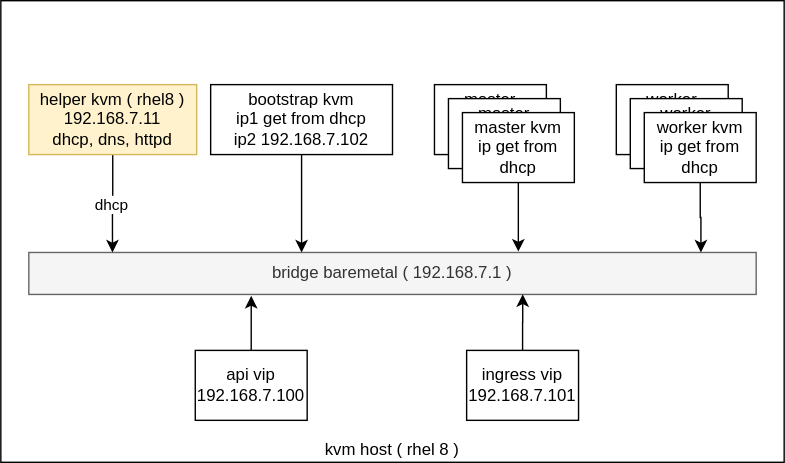
wangzheng422/docker_env keeps this draw.io diagram as redhat/ocp4/4.6/dia/4.6.bm.ipi.drawio.svg. Above is the earlier version. Source tidied: cells renumbered, new cells last; positions are measured from the earlier drawing's top-left corner, leaving out a move shared by most shapes.
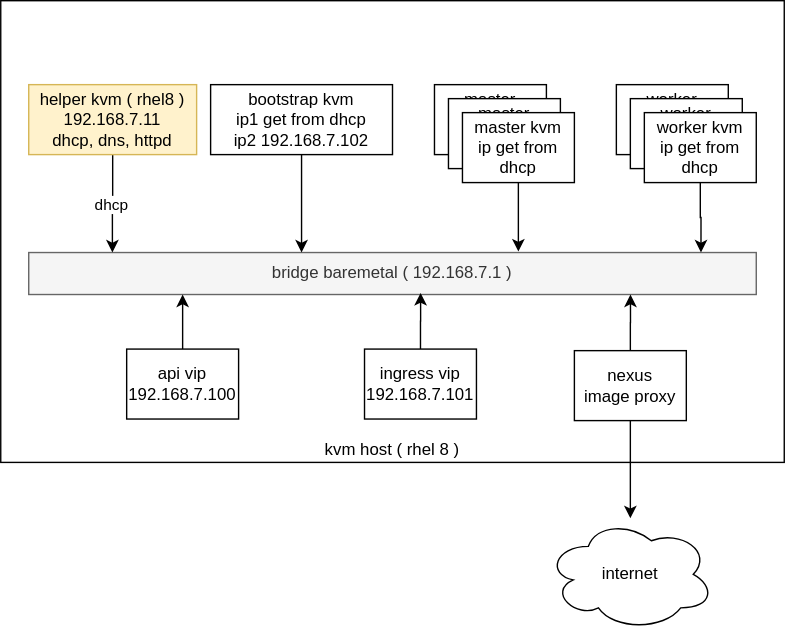
The same file after the commit.

Commit message:
ocp ccn 4.6

Diff of the diagram source:
```diff
@@ -52,17 +52,33 @@
     </mxCell>
     <mxCell id="18" style="edgeStyle=orthogonalEdgeStyle;rounded=0;jettySize=auto;html=1;" parent="3" edge="1" source="19">
       <mxGeometry relative="1" as="geometry">
-        <mxPoint x="179" y="211" as="targetPoint" />
+        <mxPoint x="130" y="210" as="targetPoint" />
       </mxGeometry>
     </mxCell>
     <mxCell id="19" value="api vip&lt;br&gt;192.168.7.100" style="rounded=0;whiteSpace=wrap;html=1;" parent="3" vertex="1">
-      <mxGeometry x="139" y="250" width="80" height="50" as="geometry" />
+      <mxGeometry x="90" y="249" width="80" height="50" as="geometry" />
     </mxCell>
-    <mxCell id="20" style="edgeStyle=orthogonalEdgeStyle;rounded=0;jettySize=auto;html=1;entryX=0.679;entryY=0.996;entryDx=0;entryDy=0;entryPerimeter=0;" parent="3" edge="1" source="21" target="4">
-      <mxGeometry relative="1" as="geometry" />
+    <mxCell id="20" style="edgeStyle=orthogonalEdgeStyle;rounded=0;jettySize=auto;html=1;entryX=0.679;entryY=0.996;entryDx=0;entryDy=0;entryPerimeter=0;" parent="3" edge="1" source="21">
+      <mxGeometry relative="1" as="geometry">
+        <mxPoint x="300.1" y="208.9" as="targetPoint" />
+      </mxGeometry>
     </mxCell>
     <mxCell id="21" value="ingress vip&lt;br&gt;192.168.7.101" style="rounded=0;whiteSpace=wrap;html=1;" parent="3" vertex="1">
-      <mxGeometry x="333" y="250" width="80" height="50" as="geometry" />
+      <mxGeometry x="260" y="249" width="80" height="50" as="geometry" />
     </mxCell>
+    <mxCell id="22" style="edgeStyle=orthogonalEdgeStyle;rounded=0;jettySize=auto;html=1;entryX=0.679;entryY=0.996;entryDx=0;entryDy=0;entryPerimeter=0;" parent="3" edge="1" source="24">
+      <mxGeometry relative="1" as="geometry">
+        <mxPoint x="450.1" y="210" as="targetPoint" />
+      </mxGeometry>
+    </mxCell>
+    <mxCell id="23" style="edgeStyle=orthogonalEdgeStyle;rounded=0;jettySize=auto;html=1;" parent="3" edge="1" source="24" target="25">
+      <mxGeometry relative="1" as="geometry" />
+    </mxCell>
+    <mxCell id="24" value="nexus&lt;br&gt;image proxy" style="rounded=0;whiteSpace=wrap;html=1;" parent="3" vertex="1">
+      <mxGeometry x="410" y="250.1" width="80" height="50" as="geometry" />
+    </mxCell>
+    <mxCell id="25" value="internet" style="ellipse;shape=cloud;whiteSpace=wrap;html=1;" parent="3" vertex="1">
+      <mxGeometry x="390" y="370" width="120" height="80" as="geometry" />
+    </mxCell>
   </root>
 </mxGraphModel>
```
